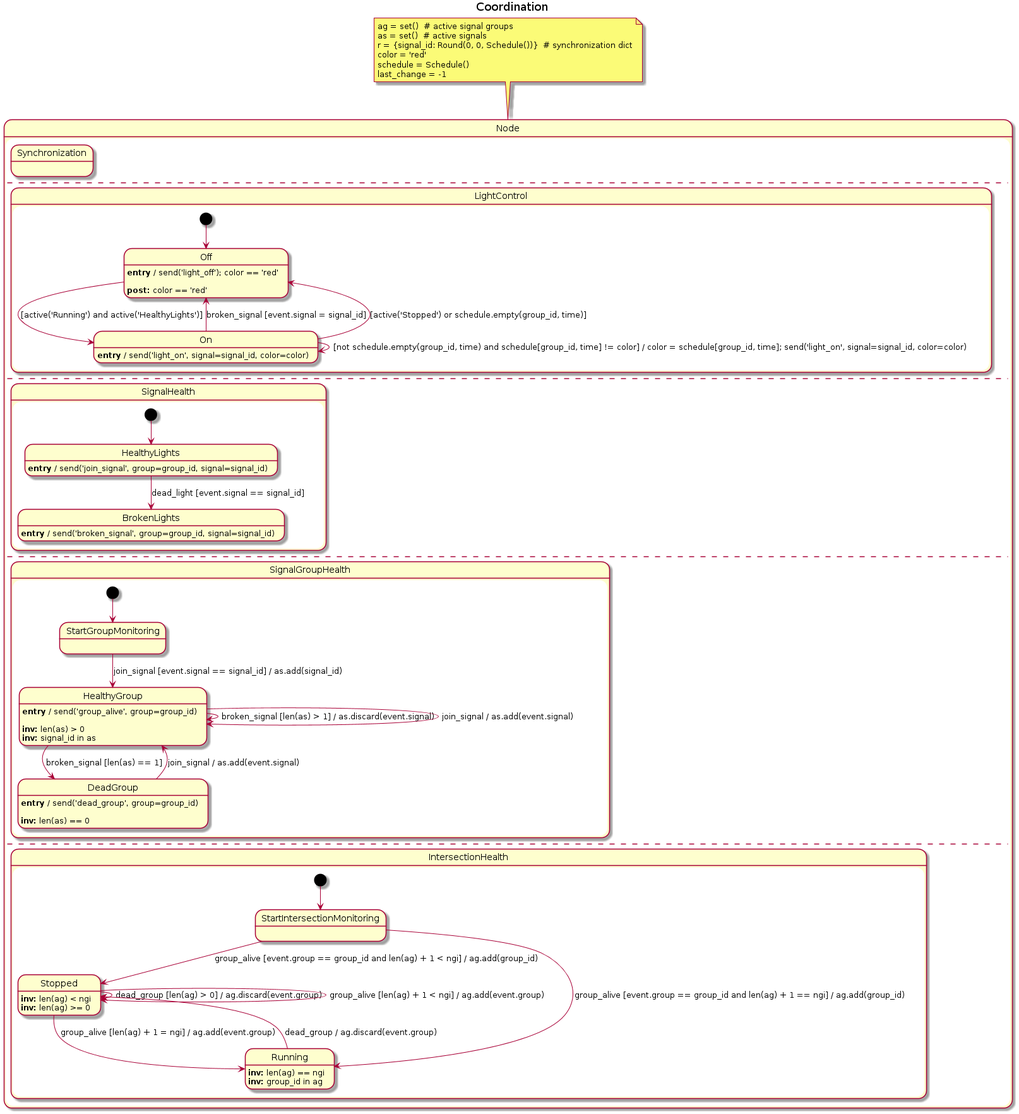
This is siren/coordination/statecharts/coordination.png from Zinoex/siren, a PlantUML export, as it was before one commit.
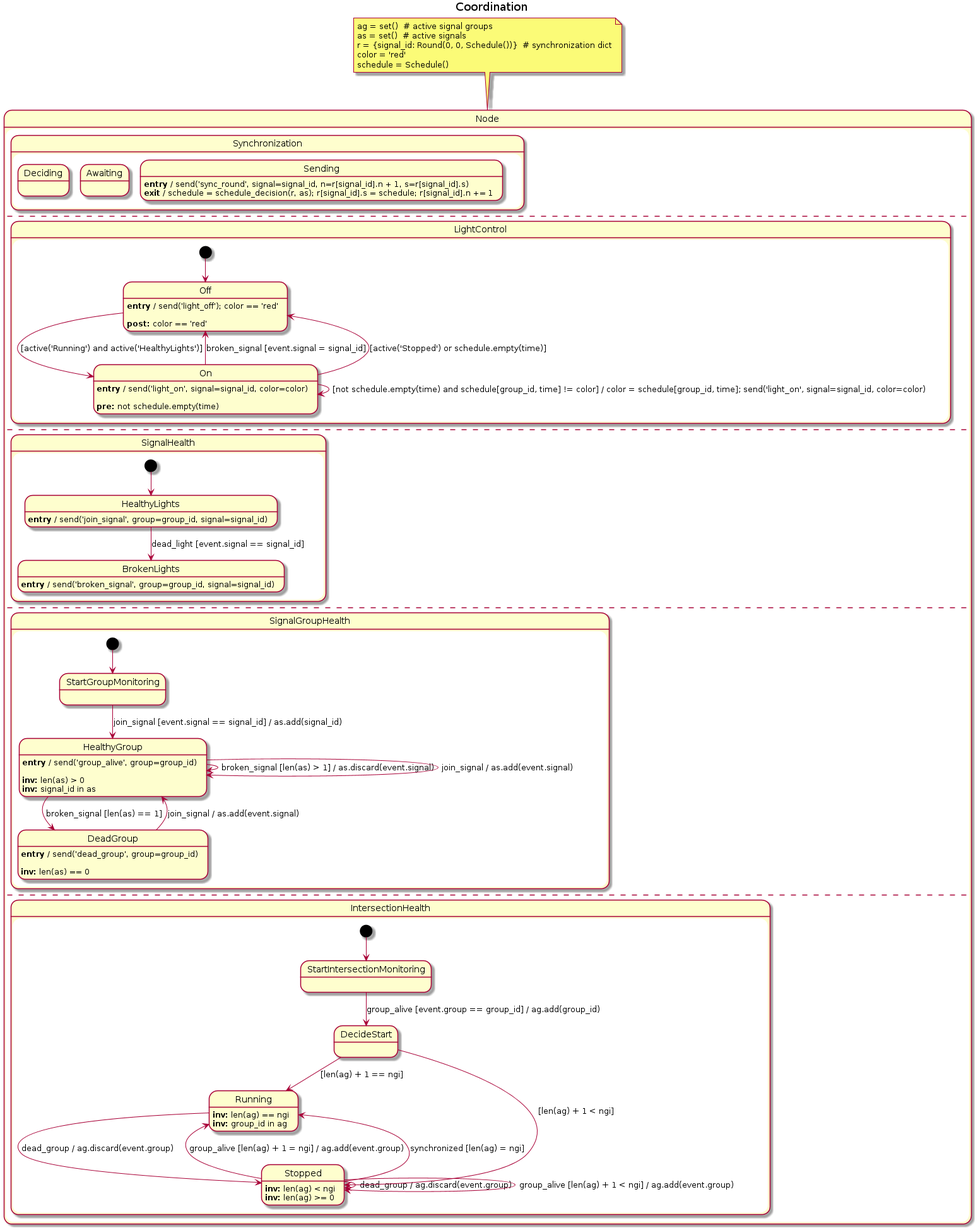
Later version of the same file.

Change to the diagram source:
```diff
@@ -6,19 +6,28 @@
   r = {signal_id: Round(0, 0, Schedule())}  # synchronization dict
   color = 'red'
   schedule = Schedule()
-  last_change = -1
 end note
 state "Node" as Node {
   state "Synchronization" as Synchronization {
+    state "Deciding" as Deciding {
+    }
+    state "Awaiting" as Awaiting {
+    }
+    state "Sending" as Sending {
+      Sending : **entry** / send('sync_round', signal=signal_id, n=r[signal_id].n + 1, s=r[signal_id].s)
+      Sending : **exit** / schedule = schedule_decision(r, as); r[signal_id].s = schedule; r[signal_id].n += 1
+    }
   }
   --
   state "LightControl" as LightControl {
     [*] --> Off
     state "On" as On {
       On : **entry** / send('light_on', signal=signal_id, color=color)
+      On :
+      On : **pre:** not schedule.empty(time)
       On --> Off : broken_signal [event.signal = signal_id]
-      On --> Off : [active('Stopped') or schedule.empty(group_id, time)]
-      On --> On : [not schedule.empty(group_id, time) and schedule[group_id, time] != color] / color = schedule[group_id, time]; send('light_on', signal=signal_id, color=color)
+      On --> Off : [active('Stopped') or schedule.empty(time)]
+      On --> On : [not schedule.empty(time) and schedule[group_id, time] != color] / color = schedule[group_id, time]; send('light_on', signal=signal_id, color=color)
     }
     state "Off" as Off {
       Off : **entry** / send('light_off'); color == 'red'
@@ -63,21 +72,25 @@
   --
   state "IntersectionHealth" as IntersectionHealth {
     [*] --> StartIntersectionMonitoring
-    state "Stopped" as Stopped {
-      Stopped : **inv:** len(ag) < ngi
-      Stopped : **inv:** len(ag) >= 0
-      Stopped --> Stopped : dead_group [len(ag) > 0] / ag.discard(event.group)
-      Stopped --> Running : group_alive [len(ag) + 1 = ngi] / ag.add(event.group)
-      Stopped --> Stopped : group_alive [len(ag) + 1 < ngi] / ag.add(event.group)
-    }
     state "Running" as Running {
       Running : **inv:** len(ag) == ngi
       Running : **inv:** group_id in ag
       Running --> Stopped : dead_group / ag.discard(event.group)
     }
+    state "Stopped" as Stopped {
+      Stopped : **inv:** len(ag) < ngi
+      Stopped : **inv:** len(ag) >= 0
+      Stopped --> Stopped : dead_group / ag.discard(event.group)
+      Stopped --> Running : group_alive [len(ag) + 1 = ngi] / ag.add(event.group)
+      Stopped --> Stopped : group_alive [len(ag) + 1 < ngi] / ag.add(event.group)
+      Stopped --> Running : synchronized [len(ag) = ngi]
+    }
+    state "DecideStart" as DecideStart {
+      DecideStart --> Running : [len(ag) + 1 == ngi]
+      DecideStart --> Stopped : [len(ag) + 1 < ngi]
+    }
     state "StartIntersectionMonitoring" as StartIntersectionMonitoring {
-      StartIntersectionMonitoring --> Running : group_alive [event.group == group_id and len(ag) + 1 == ngi] / ag.add(group_id)
-      StartIntersectionMonitoring --> Stopped : group_alive [event.group == group_id and len(ag) + 1 < ngi] / ag.add(group_id)
+      StartIntersectionMonitoring --> DecideStart : group_alive [event.group == group_id] / ag.add(group_id)
     }
   }
 }
```
